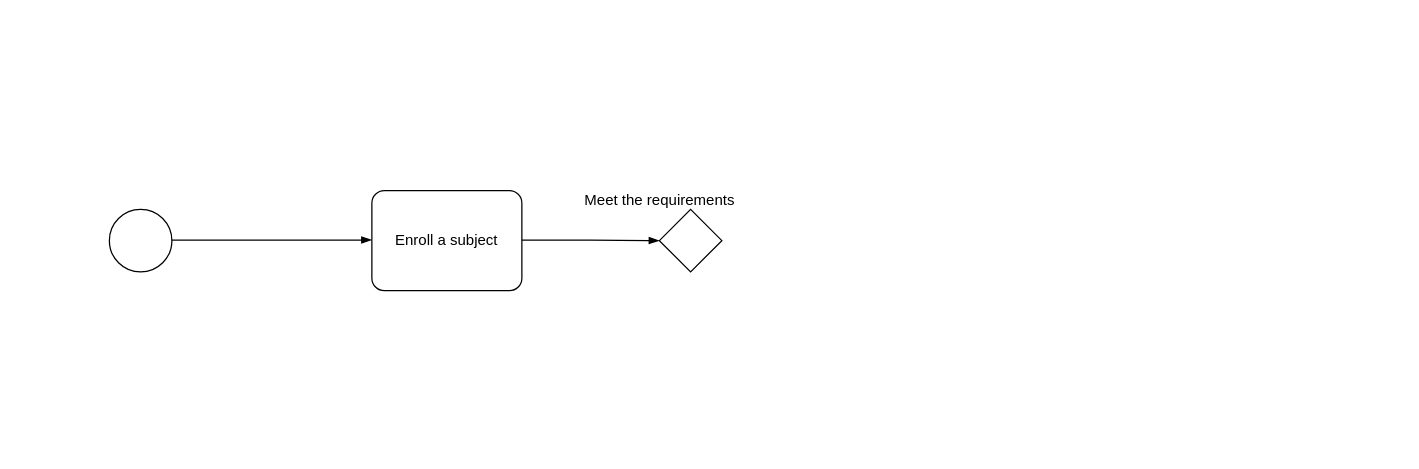
nhn019/BPMN_Model keeps this draw.io diagram as Untitled Diagram.drawio. Above is the earlier version. Source tidied: cells renumbered, new cells numbered last; positions are measured from the earlier drawing's top-left corner, leaving out a move shared by most shapes. Both pictures are drawn from the tidied source at 125%, with x=0, y=0 at pixel (109, 181).
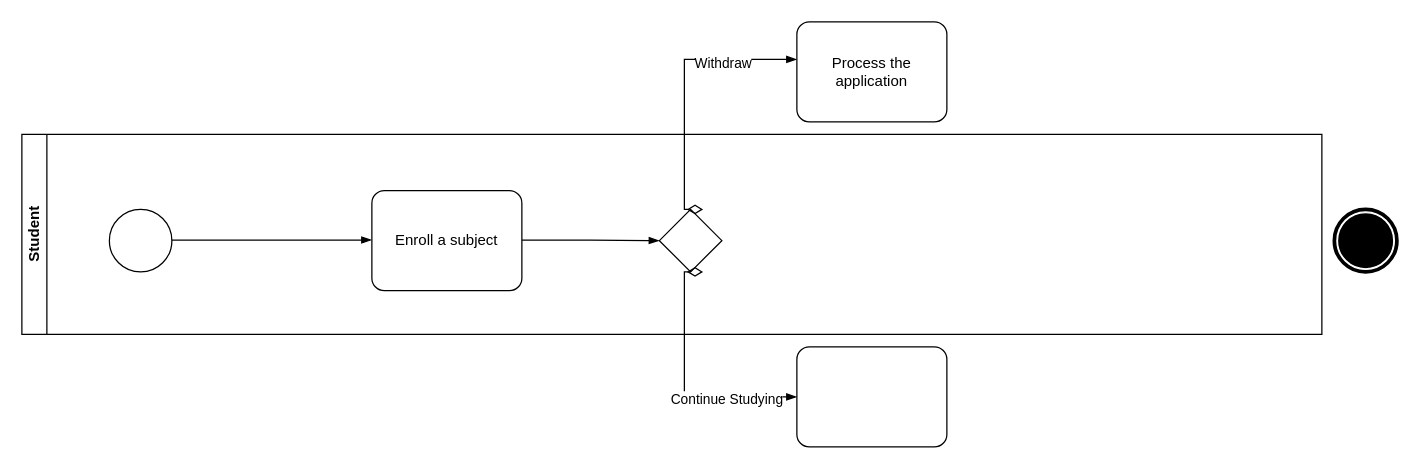
The same page after the edit.

Change to the diagram source:
```diff
@@
 <mxGraphModel>
   <root>
     <mxCell id="0" />
     <mxCell id="1" parent="0" />
     <mxCell id="2" style="shape=mxgraph.bpmn.event;html=1;verticalLabelPosition=bottom;labelBackgroundColor=#ffffff;verticalAlign=top;align=center;perimeter=ellipsePerimeter;outline=standard;symbol=general;" parent="1" vertex="1">
       <mxGeometry y="22" width="50" height="50" as="geometry" />
     </mxCell>
     <mxCell id="3" style="edgeStyle=elbowEdgeStyle;fontSize=12;html=1;endArrow=blockThin;endFill=1;rounded=0;" parent="1" edge="1">
       <mxGeometry relative="1" as="geometry">
         <mxPoint x="50" y="46.5" as="sourcePoint" />
         <mxPoint x="210" y="46.5" as="targetPoint" />
       </mxGeometry>
     </mxCell>
     <mxCell id="4" style="points=[[0.25,0.25,0],[0.5,0,0],[0.75,0.25,0],[1,0.5,0],[0.75,0.75,0],[0.5,1,0],[0.25,0.75,0],[0,0.5,0]];shape=mxgraph.bpmn.gateway2;html=1;verticalLabelPosition=bottom;labelBackgroundColor=#ffffff;verticalAlign=top;align=center;perimeter=rhombusPerimeter;outlineConnect=0;outline=none;symbol=none;" parent="1" vertex="1">
       <mxGeometry x="440" y="22" width="50" height="50" as="geometry" />
     </mxCell>
     <mxCell id="5" value="Enroll a subject" style="shape=mxgraph.bpmn.task;whiteSpace=wrap;rectStyle=rounded;size=10;html=1;taskMarker=abstract;" parent="1" vertex="1">
       <mxGeometry x="210" y="7" width="120" height="80" as="geometry" />
     </mxCell>
     <mxCell id="6" style="edgeStyle=elbowEdgeStyle;fontSize=12;html=1;endArrow=blockThin;endFill=1;rounded=0;entryX=0;entryY=0.5;entryDx=0;entryDy=0;entryPerimeter=0;" parent="1" edge="1" target="4">
       <mxGeometry relative="1" as="geometry">
         <mxPoint x="330" y="46.5" as="sourcePoint" />
       </mxGeometry>
     </mxCell>
-    <mxCell id="7" value="Meet the requirements" style="text;html=1;align=center;verticalAlign=middle;strokeColor=none;fillColor=none;" parent="1" vertex="1">
-      <mxGeometry x="370" width="140" height="30" as="geometry" />
-    </mxCell>
+    <mxCell id="8" style="edgeStyle=elbowEdgeStyle;fontSize=12;html=1;endArrow=blockThin;endFill=1;startArrow=diamondThin;startFill=0;endSize=6;startSize=10;rounded=0;exitX=0.5;exitY=0;exitDx=0;exitDy=0;exitPerimeter=0;" parent="1" edge="1" target="10">
+      <mxGeometry relative="1" as="geometry">
+        <mxPoint x="475" y="22" as="sourcePoint" />
+        <Array as="points">
+          <mxPoint x="460" y="-98" />
+        </Array>
+      </mxGeometry>
+    </mxCell>
+    <mxCell id="9" value="Withdraw" style="edgeLabel;html=1;align=center;verticalAlign=middle;" parent="8" vertex="1">
+      <mxGeometry x="0.47" y="-2" relative="1" as="geometry" />
+    </mxCell>
+    <mxCell id="10" value="Process the application" style="points=[[0.25,0,0],[0.5,0,0],[0.75,0,0],[1,0.25,0],[1,0.5,0],[1,0.75,0],[0.75,1,0],[0.5,1,0],[0.25,1,0],[0,0.75,0],[0,0.5,0],[0,0.25,0]];shape=mxgraph.bpmn.task;whiteSpace=wrap;rectStyle=rounded;size=10;html=1;taskMarker=abstract;" parent="1" vertex="1">
+      <mxGeometry x="550" y="-128" width="120" height="80" as="geometry" />
+    </mxCell>
+    <mxCell id="11" style="points=[[0.25,0,0],[0.5,0,0],[0.75,0,0],[1,0.25,0],[1,0.5,0],[1,0.75,0],[0.75,1,0],[0.5,1,0],[0.25,1,0],[0,0.75,0],[0,0.5,0],[0,0.25,0]];shape=mxgraph.bpmn.task;whiteSpace=wrap;rectStyle=rounded;size=10;html=1;taskMarker=abstract;" parent="1" vertex="1">
+      <mxGeometry x="550" y="132" width="120" height="80" as="geometry" />
+    </mxCell>
+    <mxCell id="12" style="edgeStyle=elbowEdgeStyle;fontSize=12;html=1;endArrow=blockThin;endFill=1;startArrow=diamondThin;startFill=0;endSize=6;startSize=10;rounded=0;exitX=0.5;exitY=0;exitDx=0;exitDy=0;exitPerimeter=0;" parent="1" edge="1" target="11">
+      <mxGeometry relative="1" as="geometry">
+        <mxPoint x="475" y="72" as="sourcePoint" />
+        <Array as="points">
+          <mxPoint x="460" y="-48" />
+        </Array>
+      </mxGeometry>
+    </mxCell>
+    <mxCell id="13" value="Continue Studying" style="edgeLabel;html=1;align=center;verticalAlign=middle;" parent="12" vertex="1">
+      <mxGeometry x="0.44" y="-1" relative="1" as="geometry" />
+    </mxCell>
+    <mxCell id="14" style="shape=mxgraph.bpmn.event;html=1;verticalLabelPosition=bottom;labelBackgroundColor=#ffffff;verticalAlign=top;align=center;perimeter=ellipsePerimeter;outline=end;symbol=terminate;" parent="1" vertex="1">
+      <mxGeometry x="980" y="22" width="50" height="50" as="geometry" />
+    </mxCell>
+    <mxCell id="15" value="Student&lt;br&gt;" style="swimlane;startSize=20;horizontal=0;html=1;whiteSpace=wrap;" parent="1" vertex="1">
+      <mxGeometry x="-70" y="-38" width="1040" height="160" as="geometry" />
+    </mxCell>
   </root>
 </mxGraphModel>
```
